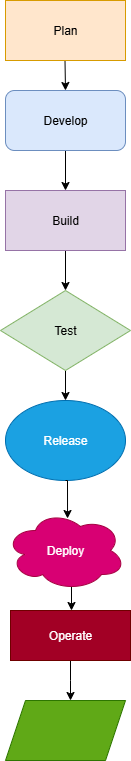
Above: devops lifecycle.drawio.png in jyothsnakotamsetti7-arch/lifecycle-_of-_DevOps (draw.io), before the change. Source tidied: cells renumbered, new cells last; positions are measured from the earlier drawing's top-left corner, leaving out a move shared by most shapes.
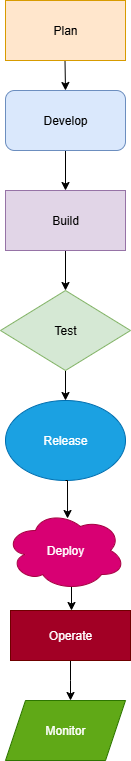
Later version of the same file.

The edit, as a diff of the source:
```diff
@@ -53,7 +53,7 @@
     <mxCell id="15" value="Operate" style="rounded=0;whiteSpace=wrap;html=1;fillColor=#a20025;fontColor=#ffffff;strokeColor=#6F0000;" parent="1" vertex="1">
       <mxGeometry x="10" y="610" width="120" height="50" as="geometry" />
     </mxCell>
-    <mxCell id="16" style="shape=parallelogram;perimeter=parallelogramPerimeter;whiteSpace=wrap;html=1;fixedSize=1;fillColor=#60a917;fontColor=#ffffff;strokeColor=#2D7600;" parent="1" vertex="1">
+    <mxCell id="16" value="Monitor" style="shape=parallelogram;perimeter=parallelogramPerimeter;whiteSpace=wrap;html=1;fixedSize=1;fillColor=#60a917;fontColor=#ffffff;strokeColor=#2D7600;" parent="1" vertex="1">
       <mxGeometry x="5" y="700" width="120" height="60" as="geometry" />
     </mxCell>
   </root>
```
